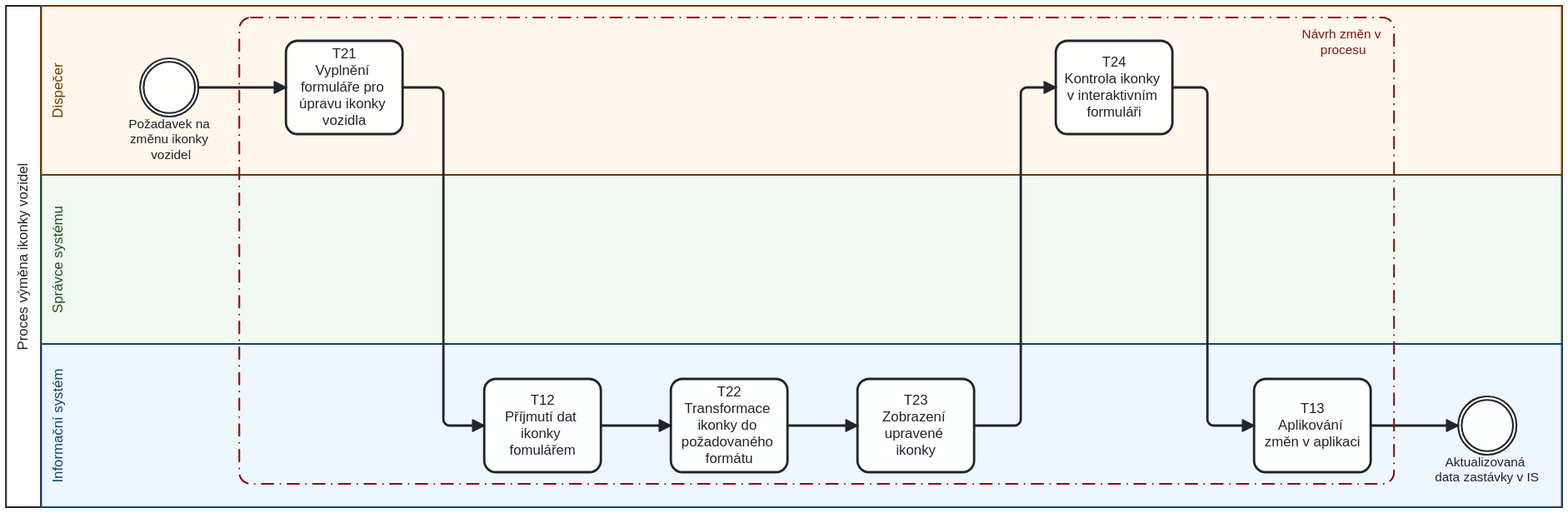
Earlier version of the BPMN export images/Pr3_v2 Výměna ikonky vozidel.svg (StrangerTwo/bachelor-thesis). Its source is kept beside it as images/Pr3_v2 Výměna ikonky vozidel.bpmn. Ids are renumbered.
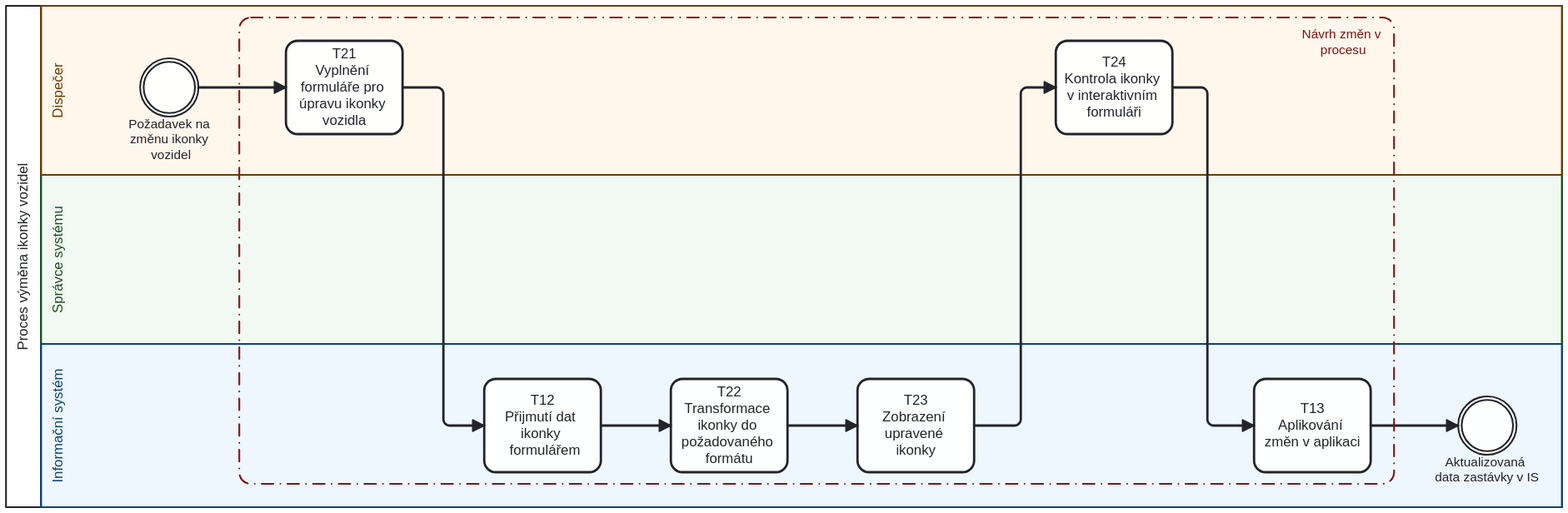
Above is the later version.

Diff of the diagram source:
```diff
@@ -29,7 +29,7 @@
       <incoming>Flow_rel-Zm_na_j_zdn_ho___du-Informov_n__spr_vce_syst_mu_o_zm_n__j_zdn_ch___d_-forward</incoming>
       <outgoing>Flow_n9</outgoing>
     </task>
-    <task id="Activity_n5" name="T12&#10;Příjmutí dat ikonky fomulářem">
+    <task id="Activity_n5" name="T12&#10;Přijmutí dat ikonky formulářem">
       <incoming>Flow_n9</incoming>
       <outgoing>Flow_n10</outgoing>
     </task>
```
